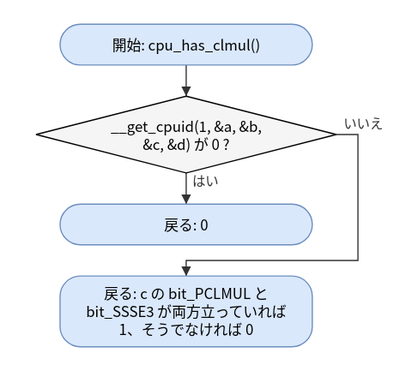
hf355051012-ai/bfmem keeps this draw.io diagram as doc/spec/images/flow_src_bfm_dif-cpu_has_clmul.drawio.svg. Above is the earlier version. Source tidied: cells renumbered, new cells last; positions are measured from the earlier drawing's top-left corner, leaving out a move shared by most shapes. The source it was exported from:
```xml
<mxGraphModel>
  <root>
    <mxCell id="0" />
    <mxCell id="1" parent="0" />
    <mxCell id="2" value="開始: cpu_has_clmul()" style="rounded=1;arcSize=50;whiteSpace=wrap;html=1;fillColor=#dae8fc;strokeColor=#6c8ebf;" parent="1" vertex="1">
      <mxGeometry x="20" width="210" height="34" as="geometry" />
    </mxCell>
    <mxCell id="3" value="__get_cpuid(1, &amp;amp;a, &amp;amp;b,&lt;br&gt;&amp;amp;c, &amp;amp;d) が 0 ?" style="rhombus;whiteSpace=wrap;html=1;fillColor=#f5f5f5;" parent="1" vertex="1">
      <mxGeometry y="60" width="250" height="64" as="geometry" />
    </mxCell>
    <mxCell id="4" value="戻る: 0" style="rounded=1;arcSize=50;whiteSpace=wrap;html=1;fillColor=#dae8fc;strokeColor=#6c8ebf;" parent="1" vertex="1">
      <mxGeometry x="20" y="150" width="210" height="34" as="geometry" />
    </mxCell>
    <mxCell id="5" value="戻る: c の bit_PCLMUL と&lt;br&gt;bit_SSSE3 が両方立っていれば&lt;br&gt;1、そうでなければ 0" style="rounded=1;arcSize=50;whiteSpace=wrap;html=1;fillColor=#dae8fc;strokeColor=#6c8ebf;" parent="1" vertex="1">
      <mxGeometry x="20" y="210" width="210" height="59" as="geometry" />
    </mxCell>
    <mxCell id="6" style="edgeStyle=none;html=1;rounded=0;endArrow=block;endFill=1;exitX=0.5000;exitY=1.0000;exitDx=0;exitDy=0;exitPerimeter=0;entryX=0.5000;entryY=0.0000;entryDx=0;entryDy=0;entryPerimeter=0;" parent="1" edge="1" source="2" target="3">
      <mxGeometry relative="1" as="geometry" />
    </mxCell>
    <mxCell id="7" value="はい" style="edgeStyle=none;html=1;rounded=0;endArrow=block;endFill=1;exitX=0.5000;exitY=1.0000;exitDx=0;exitDy=0;exitPerimeter=0;entryX=0.5000;entryY=0.0000;entryDx=0;entryDy=0;entryPerimeter=0;" parent="1" edge="1" source="3" target="4">
      <mxGeometry relative="1" as="geometry" />
    </mxCell>
    <mxCell id="8" value="いいえ" style="edgeStyle=none;html=1;rounded=0;endArrow=block;endFill=1;exitX=1.0000;exitY=0.5000;exitDx=0;exitDy=0;exitPerimeter=0;entryX=0.5000;entryY=0.0000;entryDx=0;entryDy=0;entryPerimeter=0;" parent="1" edge="1" source="3" target="5">
      <mxGeometry relative="1" as="geometry">
        <Array as="points">
          <mxPoint x="268" y="92" />
          <mxPoint x="268" y="197" />
          <mxPoint x="125" y="197" />
        </Array>
      </mxGeometry>
    </mxCell>
  </root>
</mxGraphModel>
```
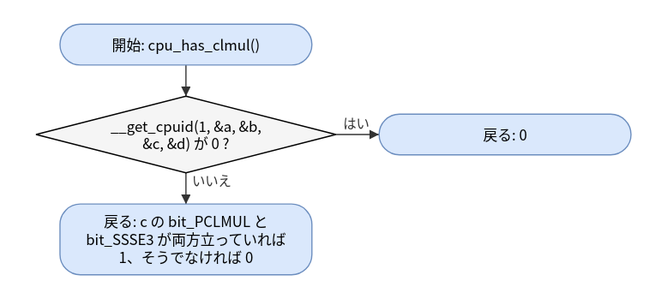
After the commit.

The edit, as a diff of the source:
```diff
@@ -9,25 +9,19 @@
       <mxGeometry y="60" width="250" height="64" as="geometry" />
     </mxCell>
     <mxCell id="4" value="戻る: 0" style="rounded=1;arcSize=50;whiteSpace=wrap;html=1;fillColor=#dae8fc;strokeColor=#6c8ebf;" parent="1" vertex="1">
-      <mxGeometry x="20" y="150" width="210" height="34" as="geometry" />
+      <mxGeometry x="286" y="75" width="210" height="34" as="geometry" />
     </mxCell>
     <mxCell id="5" value="戻る: c の bit_PCLMUL と&lt;br&gt;bit_SSSE3 が両方立っていれば&lt;br&gt;1、そうでなければ 0" style="rounded=1;arcSize=50;whiteSpace=wrap;html=1;fillColor=#dae8fc;strokeColor=#6c8ebf;" parent="1" vertex="1">
-      <mxGeometry x="20" y="210" width="210" height="59" as="geometry" />
+      <mxGeometry x="20" y="150" width="210" height="59" as="geometry" />
     </mxCell>
     <mxCell id="6" style="edgeStyle=none;html=1;rounded=0;endArrow=block;endFill=1;exitX=0.5000;exitY=1.0000;exitDx=0;exitDy=0;exitPerimeter=0;entryX=0.5000;entryY=0.0000;entryDx=0;entryDy=0;entryPerimeter=0;" parent="1" edge="1" source="2" target="3">
       <mxGeometry relative="1" as="geometry" />
     </mxCell>
-    <mxCell id="7" value="はい" style="edgeStyle=none;html=1;rounded=0;endArrow=block;endFill=1;exitX=0.5000;exitY=1.0000;exitDx=0;exitDy=0;exitPerimeter=0;entryX=0.5000;entryY=0.0000;entryDx=0;entryDy=0;entryPerimeter=0;" parent="1" edge="1" source="3" target="4">
+    <mxCell id="7" value="はい" style="edgeStyle=none;html=1;rounded=0;endArrow=block;endFill=1;exitX=1.0000;exitY=0.5000;exitDx=0;exitDy=0;exitPerimeter=0;entryX=0.0000;entryY=0.5000;entryDx=0;entryDy=0;entryPerimeter=0;" parent="1" edge="1" source="3" target="4">
       <mxGeometry relative="1" as="geometry" />
     </mxCell>
-    <mxCell id="8" value="いいえ" style="edgeStyle=none;html=1;rounded=0;endArrow=block;endFill=1;exitX=1.0000;exitY=0.5000;exitDx=0;exitDy=0;exitPerimeter=0;entryX=0.5000;entryY=0.0000;entryDx=0;entryDy=0;entryPerimeter=0;" parent="1" edge="1" source="3" target="5">
-      <mxGeometry relative="1" as="geometry">
-        <Array as="points">
-          <mxPoint x="268" y="92" />
-          <mxPoint x="268" y="197" />
-          <mxPoint x="125" y="197" />
-        </Array>
-      </mxGeometry>
+    <mxCell id="8" value="いいえ" style="edgeStyle=none;html=1;rounded=0;endArrow=block;endFill=1;exitX=0.5000;exitY=1.0000;exitDx=0;exitDy=0;exitPerimeter=0;entryX=0.5000;entryY=0.0000;entryDx=0;entryDy=0;entryPerimeter=0;" parent="1" edge="1" source="3" target="5">
+      <mxGeometry relative="1" as="geometry" />
     </mxCell>
   </root>
 </mxGraphModel>
```
